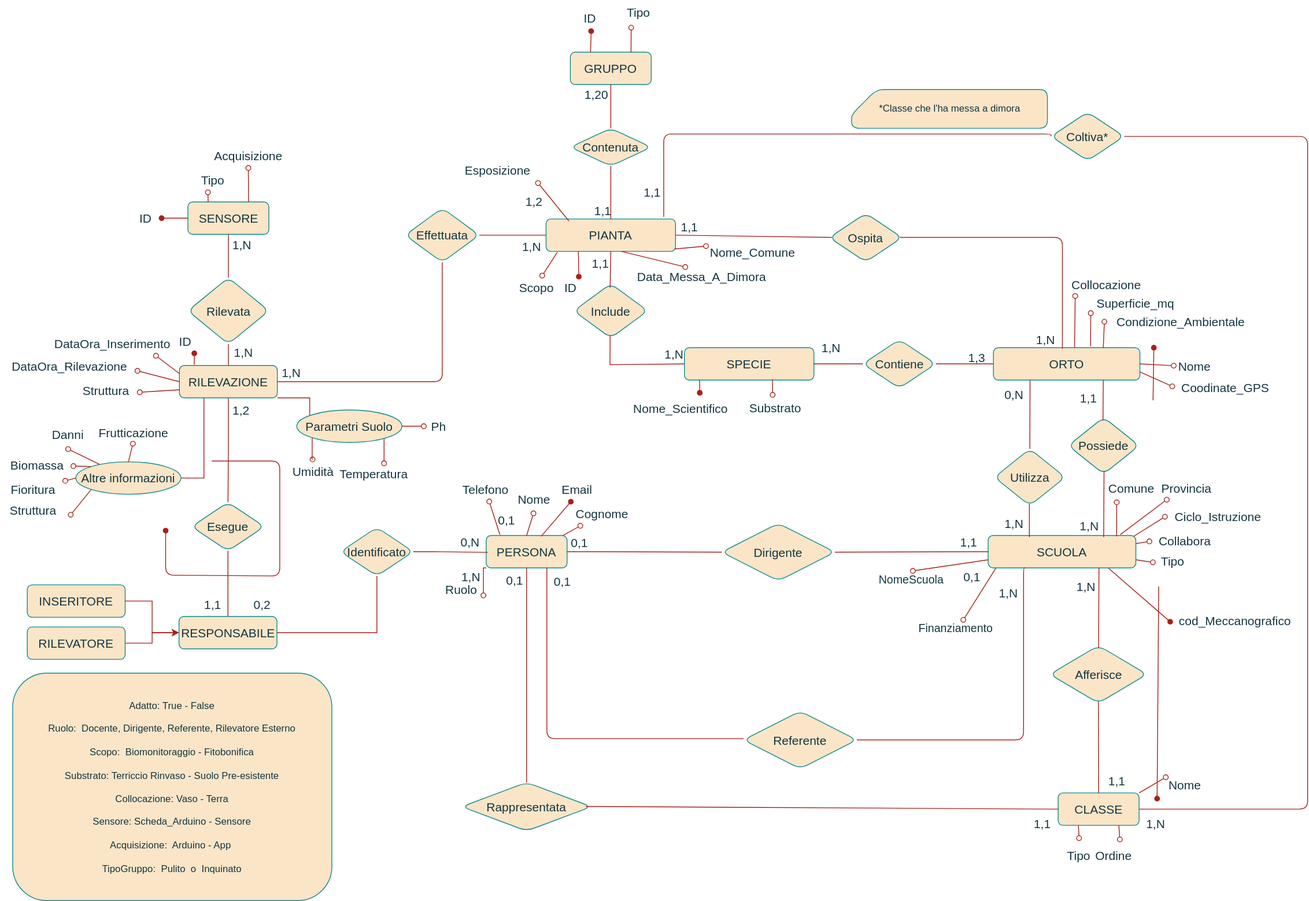
The draw.io diagram Parte I - Progettazione Logica/Aggiuntivi/DiagrammaNonRistrutturato.svg in andrewasterix/BD, before a commit. Source tidied: cells renumbered, new cells last; positions are measured from the earlier drawing's top-left corner, leaving out a move shared by most shapes.
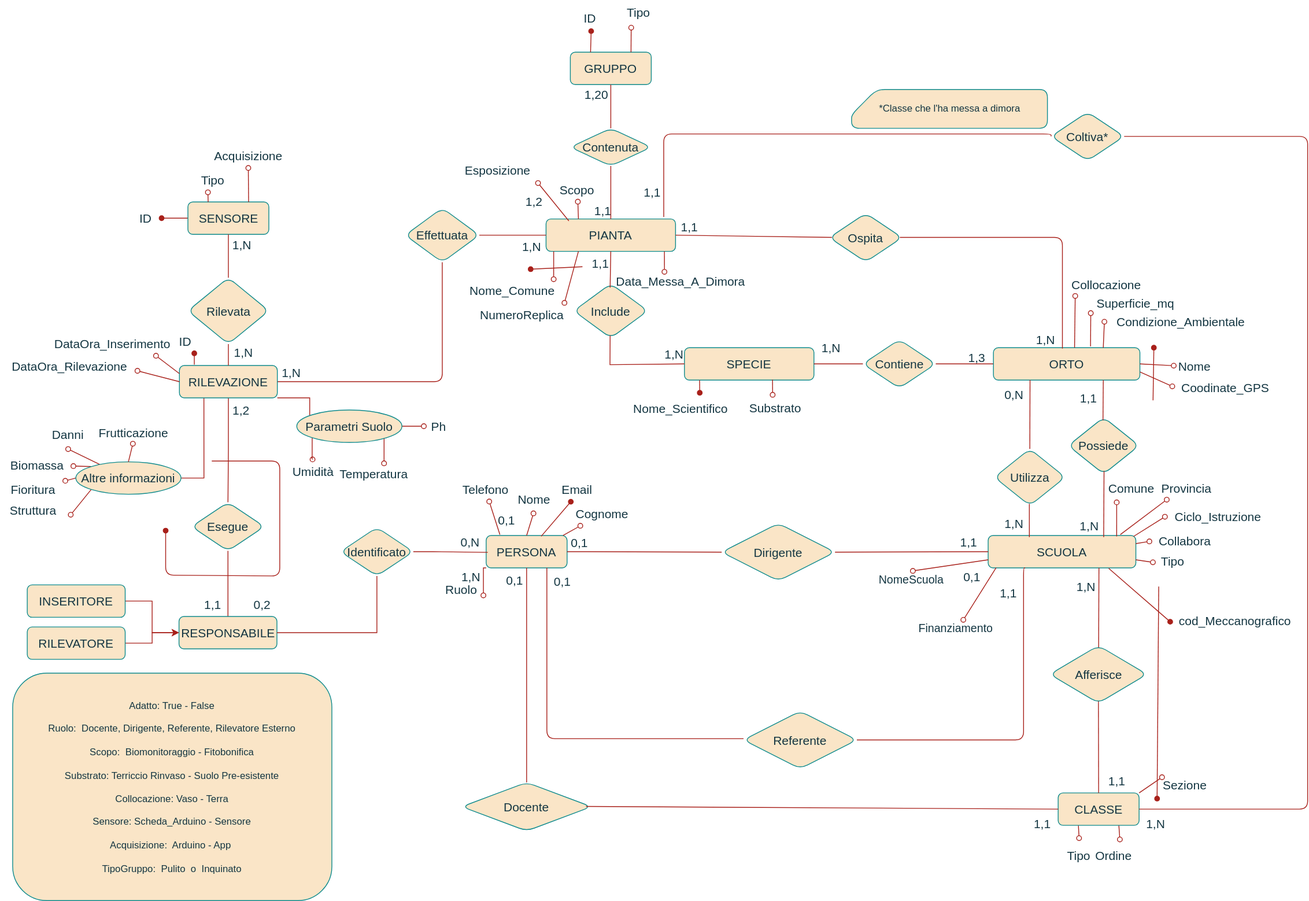
After the commit.

What changed in the source:
```diff
@@ -35,8 +35,8 @@
     <mxCell id="12" value="CLASSE" style="rounded=1;whiteSpace=wrap;html=1;shadow=0;glass=0;points=[[0,0,0,0,0],[0,0.25,0,0,0],[0,0.5,0,0,0],[0,0.75,0,0,0],[0,1,0,0,0],[0.25,0,0,0,0],[0.25,1,0,0,0],[0.5,0,0,0,0],[0.5,1,0,0,0],[0.75,0,0,0,0],[0.75,1,0,0,0],[1,0,0,0,0],[1,0.25,0,0,0],[1,0.5,0,0,0],[1,0.75,0,0,0],[1,1,0,0,0]];fontSize=15;labelBackgroundColor=none;fillColor=#FAE5C7;strokeColor=#0F8B8D;fontColor=#143642;" parent="1" vertex="1">
       <mxGeometry x="1306.8" y="979" width="100" height="40" as="geometry" />
     </mxCell>
-    <mxCell id="13" value="Nome" style="text;html=1;align=center;verticalAlign=middle;points=[];strokeColor=none;fillColor=none;fontSize=15;fontFamily=Helvetica;labelBackgroundColor=none;rounded=1;fontColor=#143642;arcSize=50;" parent="1" vertex="1">
-      <mxGeometry x="1433" y="954" width="60" height="30" as="geometry" />
+    <mxCell id="13" value="Sezione" style="text;html=1;align=center;verticalAlign=middle;points=[];strokeColor=none;fillColor=none;fontSize=15;fontFamily=Helvetica;labelBackgroundColor=none;rounded=1;fontColor=#143642;arcSize=50;" parent="1" vertex="1">
+      <mxGeometry x="1427" y="954" width="72" height="30" as="geometry" />
     </mxCell>
     <mxCell id="14" value="Ordine" style="text;html=1;align=center;verticalAlign=middle;points=[];strokeColor=none;fillColor=none;fontSize=15;fontFamily=Helvetica;labelBackgroundColor=none;rounded=1;fontColor=#143642;arcSize=50;" parent="1" vertex="1">
       <mxGeometry x="1340" y="1041" width="70" height="30" as="geometry" />
@@ -76,7 +76,7 @@
     <mxCell id="23" value="&lt;font style=&quot;font-size: 12px;&quot;&gt;Adatto: True - False&lt;br&gt;&lt;br&gt;Ruolo:&amp;nbsp; Docente, Dirigente, Referente, Rilevatore Esterno&lt;br&gt;&lt;br&gt;Scopo:&amp;nbsp; Biomonitoraggio - Fitobonifica&lt;br&gt;&lt;br&gt;Substrato: Terriccio Rinvaso - Suolo Pre-esistente&lt;br&gt;&lt;br&gt;Collocazione: Vaso - Terra&lt;br&gt;&lt;br&gt;Sensore: Scheda_Arduino - Sensore&lt;br&gt;&lt;br&gt;Acquisizione:&amp;nbsp; Arduino - App&amp;nbsp;&lt;br&gt;&lt;br&gt;TipoGruppo:&amp;nbsp; Pulito&amp;nbsp; o&amp;nbsp; Inquinato&lt;/font&gt;" style="rounded=1;whiteSpace=wrap;html=1;fontFamily=Helvetica;fontSize=11;labelBackgroundColor=none;fillColor=#FAE5C7;strokeColor=#0F8B8D;fontColor=#143642;" parent="1" vertex="1">
       <mxGeometry x="15" y="831" width="394.4" height="281" as="geometry" />
     </mxCell>
-    <mxCell id="24" value="Rappresentata" style="rhombus;whiteSpace=wrap;html=1;rounded=1;shadow=0;glass=0;fontSize=15;align=center;verticalAlign=middle;labelBackgroundColor=none;fillColor=#FAE5C7;strokeColor=#0F8B8D;fontColor=#143642;" parent="1" vertex="1">
+    <mxCell id="24" value="Docente" style="rhombus;whiteSpace=wrap;html=1;rounded=1;shadow=0;glass=0;fontSize=15;align=center;verticalAlign=middle;labelBackgroundColor=none;fillColor=#FAE5C7;strokeColor=#0F8B8D;fontColor=#143642;" parent="1" vertex="1">
       <mxGeometry x="570" y="966" width="160" height="60" as="geometry" />
     </mxCell>
     <mxCell id="25" style="edgeStyle=orthogonalEdgeStyle;rounded=0;jettySize=auto;html=1;exitX=0;exitY=0.5;exitDx=0;exitDy=0;exitPerimeter=0;strokeColor=#A8201A;fontColor=default;fillColor=#FAE5C7;endArrow=oval;endFill=1;labelBackgroundColor=none;" parent="1" edge="1" source="26" target="78">
@@ -246,12 +246,6 @@
     <mxCell id="69" value="Comune" style="text;html=1;align=center;verticalAlign=middle;points=[];strokeColor=none;fillColor=none;fontSize=15;fontFamily=Helvetica;labelBackgroundColor=none;rounded=1;fontColor=#143642;" parent="1" vertex="1">
       <mxGeometry x="1356.8" y="588" width="80" height="30" as="geometry" />
     </mxCell>
-    <mxCell id="70" style="edgeStyle=none;shape=connector;rounded=1;jettySize=auto;html=1;exitX=0;exitY=0.75;exitDx=0;exitDy=0;labelBackgroundColor=none;fontFamily=Helvetica;fontSize=15;fontColor=default;endArrow=oval;endFill=0;strokeColor=#A8201A;entryX=1.025;entryY=0.567;entryDx=0;entryDy=0;entryPerimeter=0;exitPerimeter=0;" parent="1" edge="1" source="22" target="71">
-      <mxGeometry relative="1" as="geometry" />
-    </mxCell>
-    <mxCell id="71" value="&lt;span style=&quot;font-size: 15px;&quot;&gt;Struttura&lt;/span&gt;" style="text;html=1;align=center;verticalAlign=middle;points=[];strokeColor=none;fillColor=none;fontSize=15;fontFamily=Helvetica;labelBackgroundColor=none;rounded=1;fontColor=#143642;" parent="1" vertex="1">
-      <mxGeometry x="90" y="467" width="80" height="30" as="geometry" />
-    </mxCell>
     <mxCell id="72" style="edgeStyle=none;shape=connector;rounded=1;jettySize=auto;html=1;entryX=0.995;entryY=0.686;entryDx=0;entryDy=0;entryPerimeter=0;labelBackgroundColor=none;fontFamily=Helvetica;fontSize=15;fontColor=default;endArrow=oval;endFill=0;strokeColor=#A8201A;exitX=0;exitY=0.5;exitDx=0;exitDy=0;exitPerimeter=0;" parent="1" edge="1" source="22" target="75">
       <mxGeometry relative="1" as="geometry" />
     </mxCell>
@@ -291,36 +285,35 @@
     <mxCell id="84" value="&lt;span style=&quot;font-size: 15px;&quot;&gt;Tipo&lt;/span&gt;" style="text;html=1;align=center;verticalAlign=middle;points=[];strokeColor=none;fillColor=none;fontSize=15;fontFamily=Helvetica;labelBackgroundColor=none;rounded=1;fontColor=#143642;" parent="1" vertex="1">
       <mxGeometry x="763" width="50" height="30" as="geometry" />
     </mxCell>
-    <mxCell id="85" value="&lt;span style=&quot;font-size: 15px;&quot;&gt;ID&lt;/span&gt;" style="text;html=1;align=center;verticalAlign=middle;points=[];strokeColor=none;fillColor=none;fontSize=15;fontFamily=Helvetica;labelBackgroundColor=none;rounded=1;fontColor=#143642;arcSize=0;rotation=0;" parent="1" vertex="1">
-      <mxGeometry x="683.5" y="340" width="40" height="30" as="geometry" />
+    <mxCell id="85" value="&lt;span style=&quot;font-size: 15px;&quot;&gt;NumeroReplica&lt;/span&gt;" style="text;html=1;align=center;verticalAlign=middle;points=[];strokeColor=none;fillColor=none;fontSize=15;fontFamily=Helvetica;labelBackgroundColor=none;rounded=1;fontColor=#143642;arcSize=0;rotation=0;" parent="1" vertex="1">
+      <mxGeometry x="583" y="372.5" width="121" height="30" as="geometry" />
     </mxCell>
-    <mxCell id="86" style="edgeStyle=none;shape=connector;rounded=1;jettySize=auto;html=1;labelBackgroundColor=none;fontFamily=Helvetica;fontSize=15;fontColor=default;endArrow=oval;endFill=1;strokeColor=#A8201A;exitX=0.25;exitY=1;exitDx=0;exitDy=0;exitPerimeter=0;entryX=0.774;entryY=0.041;entryDx=0;entryDy=0;entryPerimeter=0;" parent="1" edge="1" source="36" target="85">
-      <mxGeometry relative="1" as="geometry" />
+    <mxCell id="86" style="edgeStyle=none;shape=connector;rounded=1;orthogonalLoop=1;jettySize=auto;html=1;labelBackgroundColor=none;fontFamily=Helvetica;fontSize=15;fontColor=default;endArrow=oval;endFill=1;strokeColor=#A8201A;" parent="1" edge="1">
+      <mxGeometry relative="1" as="geometry">
+        <mxPoint x="719" y="329" as="sourcePoint" />
+        <mxPoint x="655" y="332" as="targetPoint" />
+      </mxGeometry>
     </mxCell>
     <mxCell id="87" style="edgeStyle=none;shape=connector;rounded=1;jettySize=auto;html=1;exitX=0.25;exitY=0;exitDx=0;exitDy=0;exitPerimeter=0;labelBackgroundColor=none;fontFamily=Helvetica;fontSize=15;fontColor=default;endArrow=oval;endFill=1;strokeColor=#A8201A;entryX=0.537;entryY=1.033;entryDx=0;entryDy=0;entryPerimeter=0;" parent="1" edge="1" source="32" target="82">
       <mxGeometry relative="1" as="geometry" />
     </mxCell>
-    <mxCell id="88" style="edgeStyle=none;shape=connector;rounded=1;jettySize=auto;html=1;labelBackgroundColor=none;fontFamily=Helvetica;fontSize=15;fontColor=default;endArrow=oval;endFill=0;strokeColor=#A8201A;entryX=0.627;entryY=-0.002;entryDx=0;entryDy=0;entryPerimeter=0;exitX=0.087;exitY=1.028;exitDx=0;exitDy=0;exitPerimeter=0;" parent="1" edge="1" source="36" target="89">
+    <mxCell id="88" style="edgeStyle=none;shape=connector;rounded=1;jettySize=auto;html=1;labelBackgroundColor=none;fontFamily=Helvetica;fontSize=15;fontColor=default;endArrow=oval;endFill=0;strokeColor=#A8201A;exitX=0.25;exitY=0;exitDx=0;exitDy=0;exitPerimeter=0;entryX=0.521;entryY=0.987;entryDx=0;entryDy=0;entryPerimeter=0;" parent="1" edge="1" source="36" target="89">
       <mxGeometry relative="1" as="geometry" />
     </mxCell>
     <mxCell id="89" value="&lt;span style=&quot;font-size: 15px;&quot;&gt;Scopo&lt;br&gt;&lt;/span&gt;" style="text;html=1;align=center;verticalAlign=middle;points=[];strokeColor=none;fillColor=none;fontSize=15;fontFamily=Helvetica;labelBackgroundColor=none;rounded=1;fontColor=#143642;arcSize=0;rotation=0;" parent="1" vertex="1">
-      <mxGeometry x="631" y="340" width="61" height="30" as="geometry" />
+      <mxGeometry x="681.5" y="219" width="61" height="30" as="geometry" />
     </mxCell>
     <mxCell id="90" value="Data_Messa_A_Dimora" style="text;html=1;align=center;verticalAlign=middle;points=[];strokeColor=none;fillColor=none;fontSize=15;fontFamily=Helvetica;labelBackgroundColor=none;rounded=1;fontColor=#143642;" parent="1" vertex="1">
-      <mxGeometry x="777" y="326" width="177" height="30" as="geometry" />
+      <mxGeometry x="751.2" y="332" width="177" height="30" as="geometry" />
     </mxCell>
-    <mxCell id="91" style="edgeStyle=none;shape=connector;rounded=1;jettySize=auto;html=1;labelBackgroundColor=none;fontFamily=Helvetica;fontSize=15;fontColor=default;endArrow=oval;endFill=0;strokeColor=#A8201A;entryX=0.39;entryY=0.11;entryDx=0;entryDy=0;entryPerimeter=0;" parent="1" edge="1" target="90">
-      <mxGeometry relative="1" as="geometry">
-        <mxPoint x="767" y="310" as="sourcePoint" />
-      </mxGeometry>
+    <mxCell id="91" style="edgeStyle=none;shape=connector;rounded=1;jettySize=auto;html=1;labelBackgroundColor=none;fontFamily=Helvetica;fontSize=15;fontColor=default;endArrow=oval;endFill=0;strokeColor=#A8201A;entryX=0.39;entryY=0.11;entryDx=0;entryDy=0;entryPerimeter=0;exitX=0.914;exitY=1;exitDx=0;exitDy=0;exitPerimeter=0;" parent="1" edge="1" source="36" target="90">
+      <mxGeometry relative="1" as="geometry" />
     </mxCell>
-    <mxCell id="92" style="edgeStyle=none;shape=connector;rounded=1;jettySize=auto;html=1;labelBackgroundColor=none;fontFamily=Helvetica;fontSize=15;fontColor=default;endArrow=oval;endFill=0;strokeColor=#A8201A;entryX=0.038;entryY=0.251;entryDx=0;entryDy=0;entryPerimeter=0;" parent="1" edge="1" target="93">
-      <mxGeometry relative="1" as="geometry">
-        <mxPoint x="833" y="307" as="sourcePoint" />
-      </mxGeometry>
+    <mxCell id="92" style="edgeStyle=none;shape=connector;rounded=1;jettySize=auto;html=1;labelBackgroundColor=none;fontFamily=Helvetica;fontSize=15;fontColor=default;endArrow=oval;endFill=0;strokeColor=#A8201A;entryX=0.922;entryY=0.063;entryDx=0;entryDy=0;entryPerimeter=0;exitX=0.059;exitY=1;exitDx=0;exitDy=0;exitPerimeter=0;" parent="1" edge="1" source="36" target="93">
+      <mxGeometry relative="1" as="geometry" />
     </mxCell>
     <mxCell id="93" value="Nome_Comune" style="text;html=1;align=center;verticalAlign=middle;points=[];strokeColor=none;fillColor=none;fontSize=15;fontFamily=Helvetica;labelBackgroundColor=none;rounded=1;fontColor=#143642;" parent="1" vertex="1">
-      <mxGeometry x="867" y="296" width="123" height="30" as="geometry" />
+      <mxGeometry x="570" y="342.5" width="123" height="30" as="geometry" />
     </mxCell>
     <mxCell id="94" style="edgeStyle=none;shape=connector;rounded=1;jettySize=auto;html=1;labelBackgroundColor=none;fontFamily=Helvetica;fontSize=15;fontColor=default;endArrow=oval;endFill=1;strokeColor=#A8201A;exitX=0.117;exitY=1.006;exitDx=0;exitDy=0;exitPerimeter=0;entryX=0.679;entryY=-0.143;entryDx=0;entryDy=0;entryPerimeter=0;" parent="1" edge="1" source="30" target="95">
       <mxGeometry relative="1" as="geometry" />
@@ -440,8 +433,8 @@
     <mxCell id="129" value="1,1" style="text;html=1;align=center;verticalAlign=middle;strokeColor=none;fillColor=none;fontSize=15;fontFamily=Helvetica;rounded=1;labelBackgroundColor=none;fontColor=#143642;" parent="1" vertex="1">
       <mxGeometry x="1176" y="654" width="39" height="30" as="geometry" />
     </mxCell>
-    <mxCell id="130" value="1,N" style="text;html=1;align=center;verticalAlign=middle;strokeColor=none;fillColor=none;fontSize=15;fontFamily=Helvetica;rounded=1;labelBackgroundColor=none;fontColor=#143642;" parent="1" vertex="1">
-      <mxGeometry x="1224" y="717" width="41" height="30" as="geometry" />
+    <mxCell id="130" value="1,1" style="text;html=1;align=center;verticalAlign=middle;strokeColor=none;fillColor=none;fontSize=15;fontFamily=Helvetica;rounded=1;labelBackgroundColor=none;fontColor=#143642;" parent="1" vertex="1">
+      <mxGeometry x="1225" y="717" width="39" height="30" as="geometry" />
     </mxCell>
     <mxCell id="131" value="1,N" style="text;html=1;align=center;verticalAlign=middle;strokeColor=none;fillColor=none;fontSize=15;fontFamily=Helvetica;rounded=1;labelBackgroundColor=none;fontColor=#143642;" parent="1" vertex="1">
       <mxGeometry x="1231" y="631" width="41" height="30" as="geometry" />
@@ -659,5 +652,8 @@
     <mxCell id="196" value="0,1" style="text;html=1;align=center;verticalAlign=middle;strokeColor=none;fillColor=none;fontSize=15;fontFamily=Helvetica;rounded=1;labelBackgroundColor=none;fontColor=#143642;" parent="1" vertex="1">
       <mxGeometry x="695" y="655" width="39" height="30" as="geometry" />
     </mxCell>
+    <mxCell id="197" style="edgeStyle=none;shape=connector;rounded=1;jettySize=auto;html=1;labelBackgroundColor=none;fontFamily=Helvetica;fontSize=15;fontColor=default;endArrow=oval;endFill=0;strokeColor=#A8201A;exitX=0.25;exitY=1;exitDx=0;exitDy=0;exitPerimeter=0;entryX=0.94;entryY=0.037;entryDx=0;entryDy=0;entryPerimeter=0;" parent="1" edge="1" source="36" target="85">
+      <mxGeometry relative="1" as="geometry" />
+    </mxCell>
   </root>
 </mxGraphModel>
```
